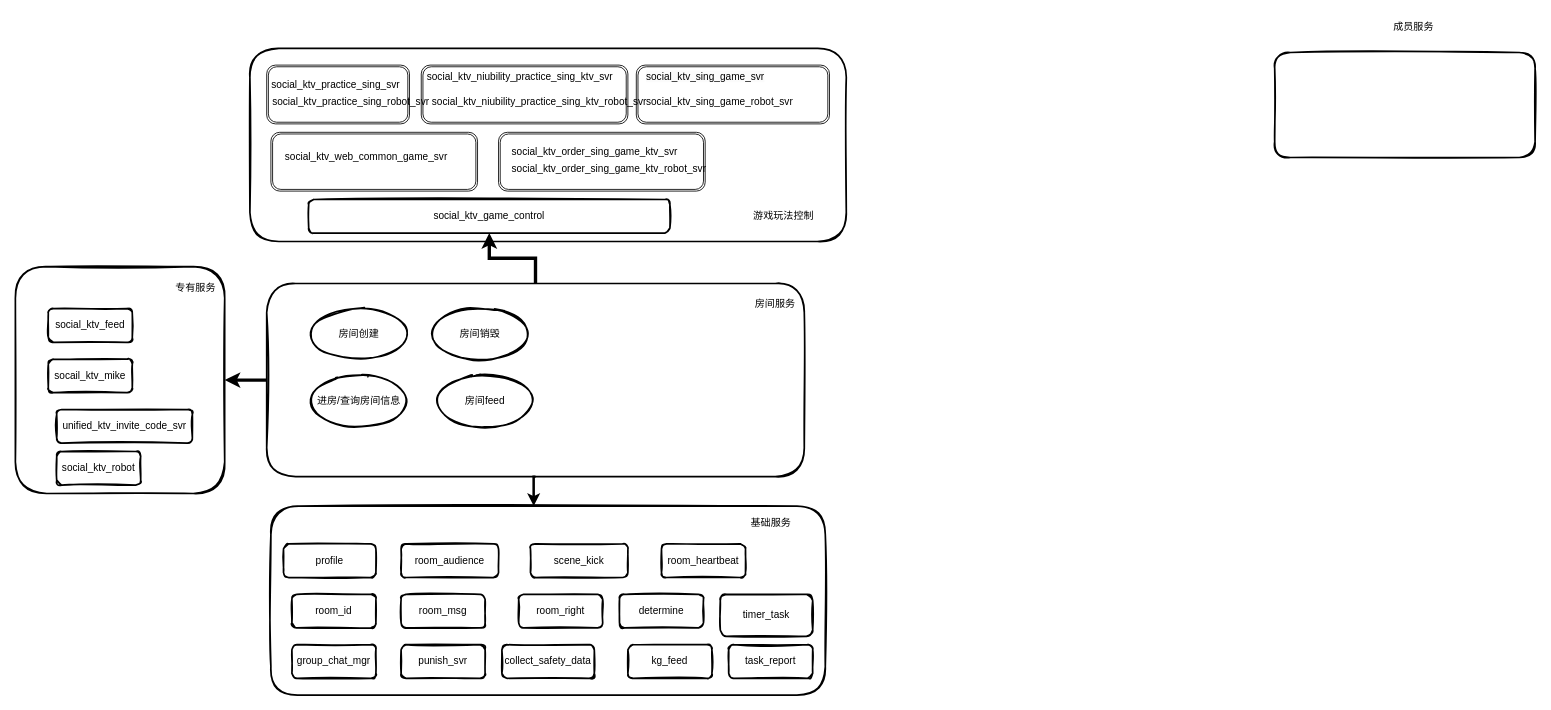
Above: 熟人歌房.drawio in mumodenan/draw.io (draw.io), before the change. Source tidied: cells renumbered, new cells numbered last; positions are measured from the earlier drawing's top-left corner, leaving out a move shared by most shapes. Both pictures are drawn from the tidied source at 84%, with x=0, y=0 at pixel (15, 14).
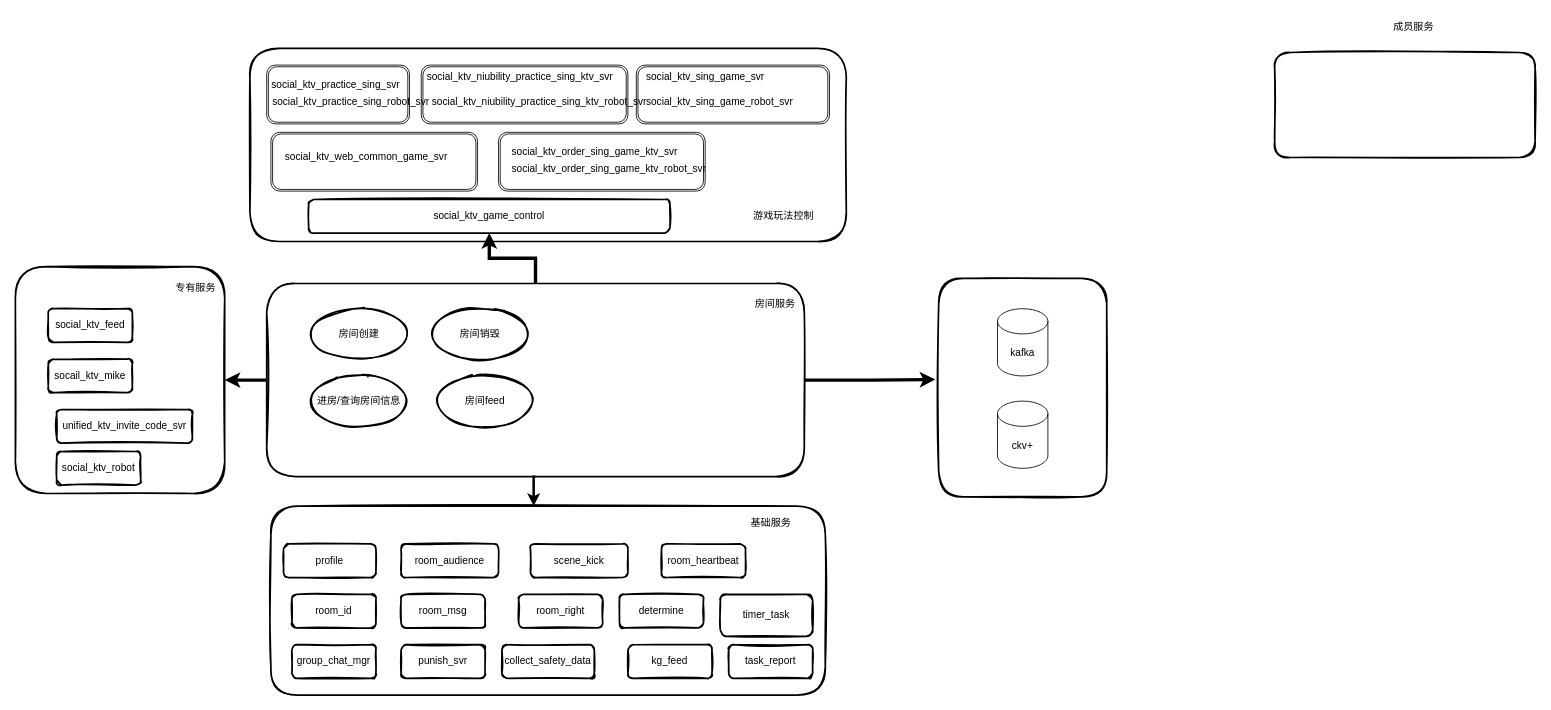
After the change.

Commit message:
更新熟人歌房.drawio

Unchanged cells that the change refers to:
```xml
<mxCell id="8" style="rounded=1;whiteSpace=wrap;html=1;strokeWidth=2;fillWeight=4;hachureGap=8;hachureAngle=45;fillColor=none;sketch=1;" parent="1" vertex="1">
  <mxGeometry x="299" y="320" width="640" height="230" as="geometry" />
</mxCell>
```

The edit, as a diff of the source:
```diff
@@
+    <mxCell id="52" style="edgeStyle=orthogonalEdgeStyle;rounded=0;jettySize=auto;html=1;exitX=1;exitY=0.5;exitDx=0;exitDy=0;entryX=-0.02;entryY=0.463;entryDx=0;entryDy=0;entryPerimeter=0;strokeWidth=4;" parent="1" edge="1" source="8" target="53">
+      <mxGeometry relative="1" as="geometry" />
+    </mxCell>
@@
+    <mxCell id="53" style="rounded=1;whiteSpace=wrap;html=1;strokeWidth=2;fillWeight=4;hachureGap=8;hachureAngle=45;fillColor=none;sketch=1;" parent="1" vertex="1">
+      <mxGeometry x="1099" y="314" width="200" height="260" as="geometry" />
+    </mxCell>
+    <mxCell id="54" value="kafka" style="shape=cylinder3;whiteSpace=wrap;html=1;boundedLbl=1;backgroundOutline=1;size=15;" parent="1" vertex="1">
+      <mxGeometry x="1169" y="350" width="60" height="80" as="geometry" />
+    </mxCell>
+    <mxCell id="55" value="ckv+" style="shape=cylinder3;whiteSpace=wrap;html=1;boundedLbl=1;backgroundOutline=1;size=15;" parent="1" vertex="1">
+      <mxGeometry x="1169" y="460" width="60" height="80" as="geometry" />
+    </mxCell>
```
